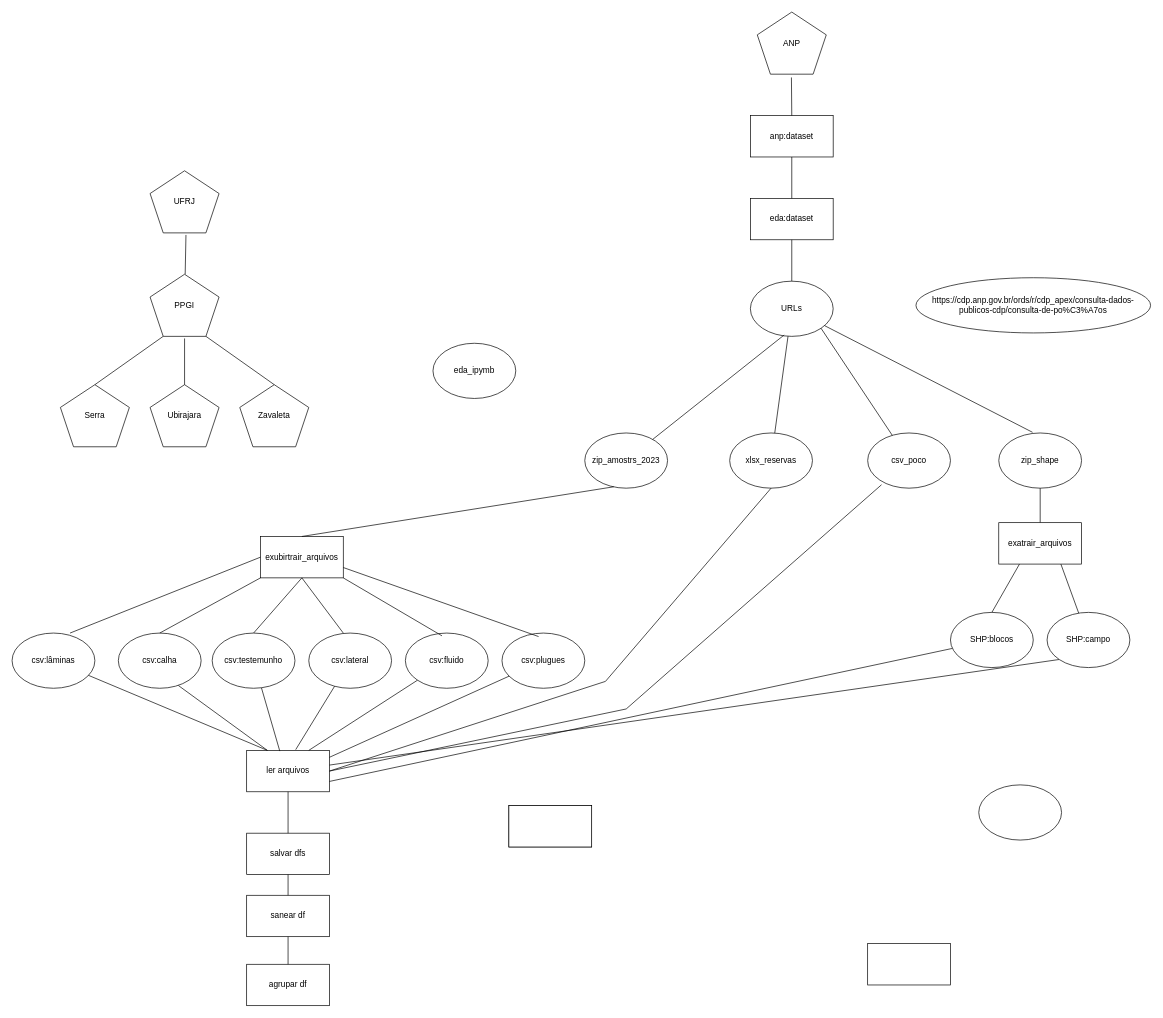
Before: eda.drawio in ubirajara-s/eda, a draw.io diagram. Source tidied: cells renumbered, new cells numbered last; positions are measured from the earlier drawing's top-left corner, leaving out a move shared by most shapes. Both pictures are drawn from the tidied source at 69%, with x=0, y=0 at pixel (12, 12).
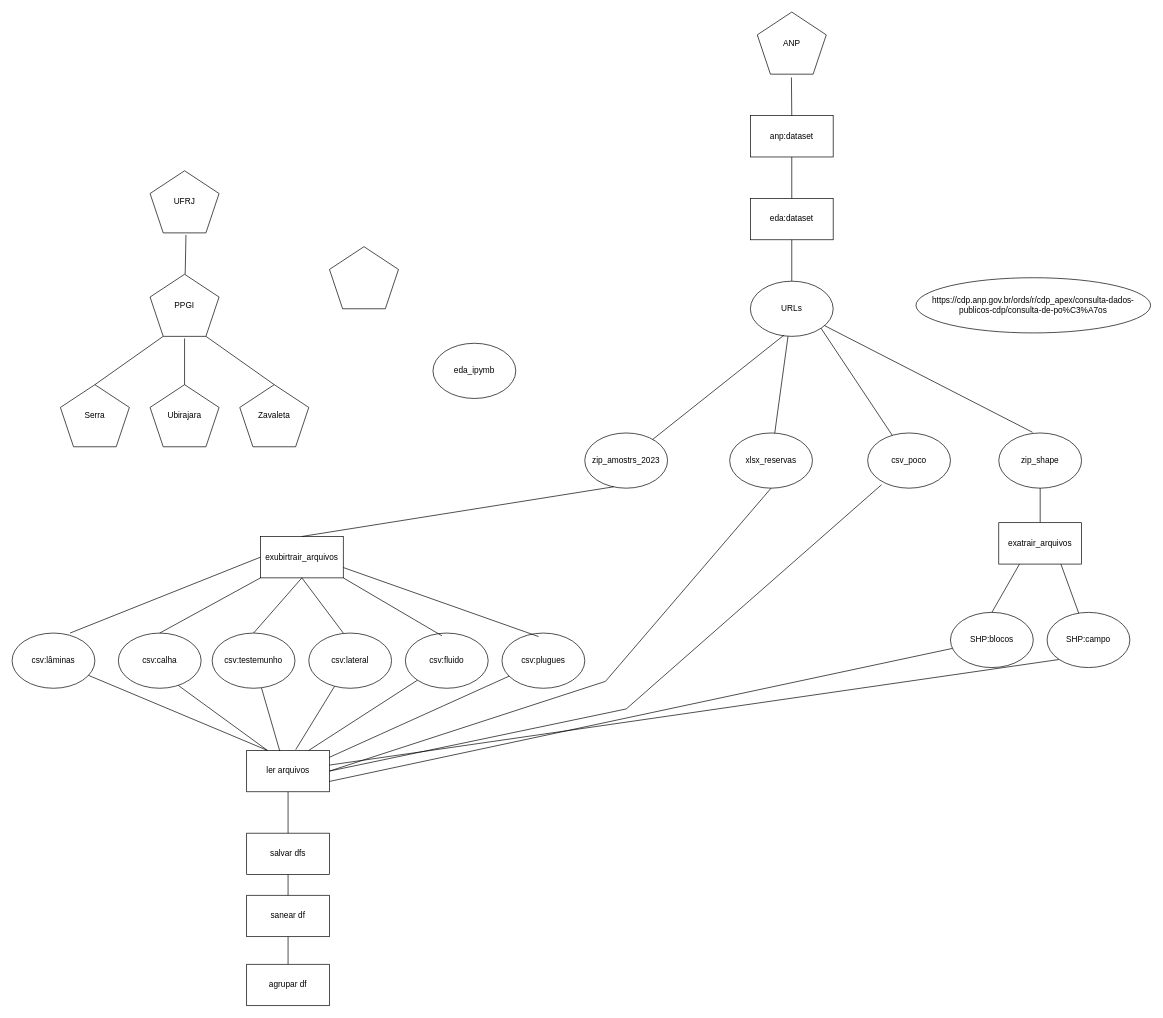
The same diagram, later.

Change to the diagram source:
```diff
@@
-    <mxCell id="6" style="rounded=0;whiteSpace=wrap;html=1;" parent="1" vertex="1">
-      <mxGeometry x="1240" y="1350" width="120" height="60" as="geometry" />
-    </mxCell>
@@
-    <mxCell id="29" style="ellipse;whiteSpace=wrap;html=1;" parent="1" vertex="1">
-      <mxGeometry x="1401" y="1120" width="120" height="80" as="geometry" />
-    </mxCell>
@@
-    <mxCell id="43" style="rounded=0;whiteSpace=wrap;html=1;" parent="1" vertex="1">
-      <mxGeometry x="720" y="1150" width="120" height="60" as="geometry" />
-    </mxCell>
-    <mxCell id="44" style="rounded=0;whiteSpace=wrap;html=1;" parent="1" vertex="1">
-      <mxGeometry x="720" y="1150" width="120" height="60" as="geometry" />
-    </mxCell>
@@
+    <mxCell id="69" style="whiteSpace=wrap;html=1;shape=mxgraph.basic.pentagon;" parent="1" vertex="1">
+      <mxGeometry x="460" y="340" width="100" height="90" as="geometry" />
+    </mxCell>
```
